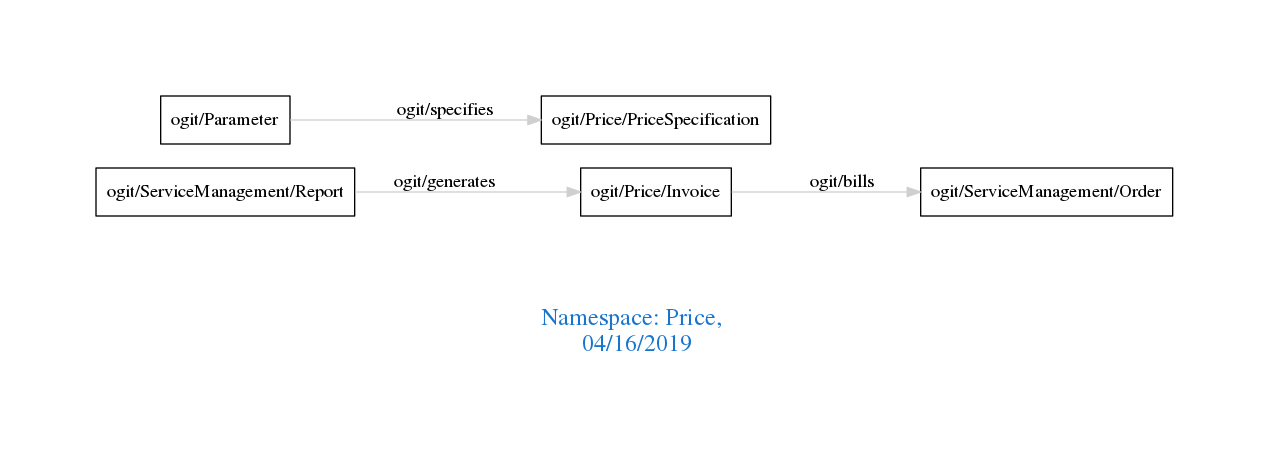
Above: downloads/Price.png in arago/OGIT (Graphviz), before the change. Its source is kept beside it as downloads/Price.dot.
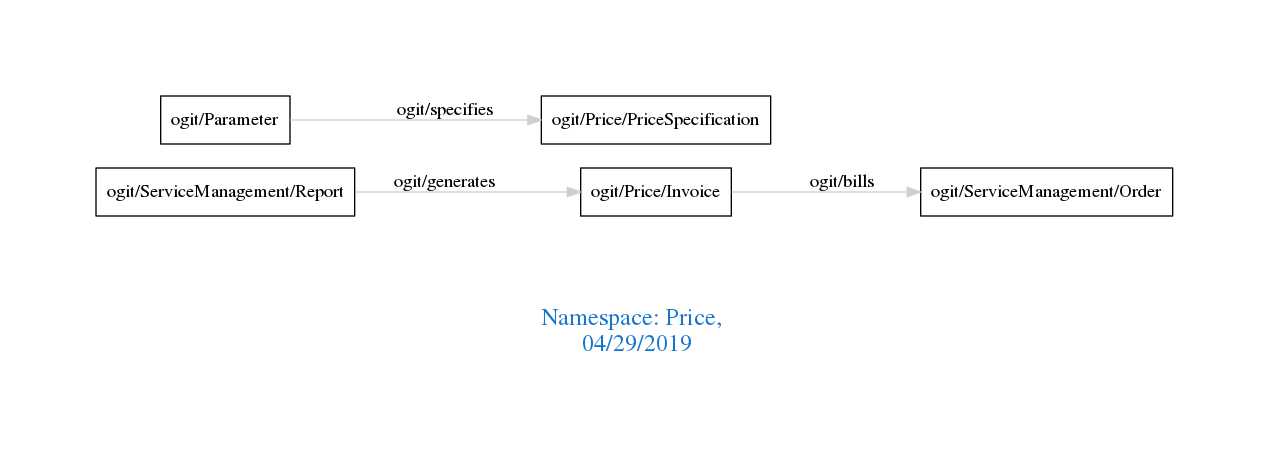
After the change.

The edit, as a diff of the source:
```diff
@@ -1,7 +1,7 @@
 digraph OGIT_ontology {
  graph [ rankdir= LR,pad=1
 fontsize = 18,
-fontcolor= dodgerblue3,label = "\n\n\nNamespace: Price, \n 04/16/2019"];
+fontcolor= dodgerblue3,label = "\n\n\nNamespace: Price, \n 04/29/2019"];
 node[shape=polygon];
 edge [  color="gray81"];
 
```
